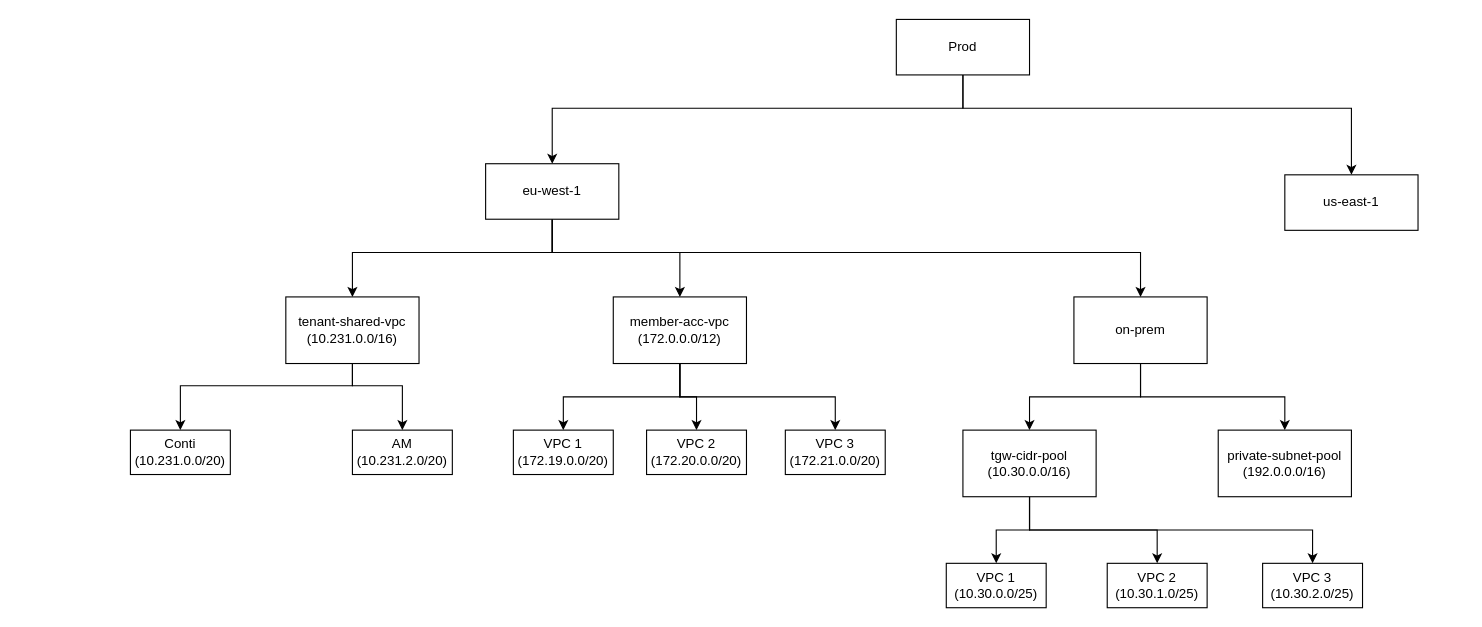
Earlier version of the draw.io diagram ipam-structure.drawio (pranjal0791/aws-codepipeline-s3-codedeploy-linux). Source tidied: cells renumbered, new cells numbered last; positions are measured from the earlier drawing's top-left corner, leaving out a move shared by most shapes. Both pictures are drawn from the tidied source at 111%, with x=0, y=0 at pixel (130, 19).
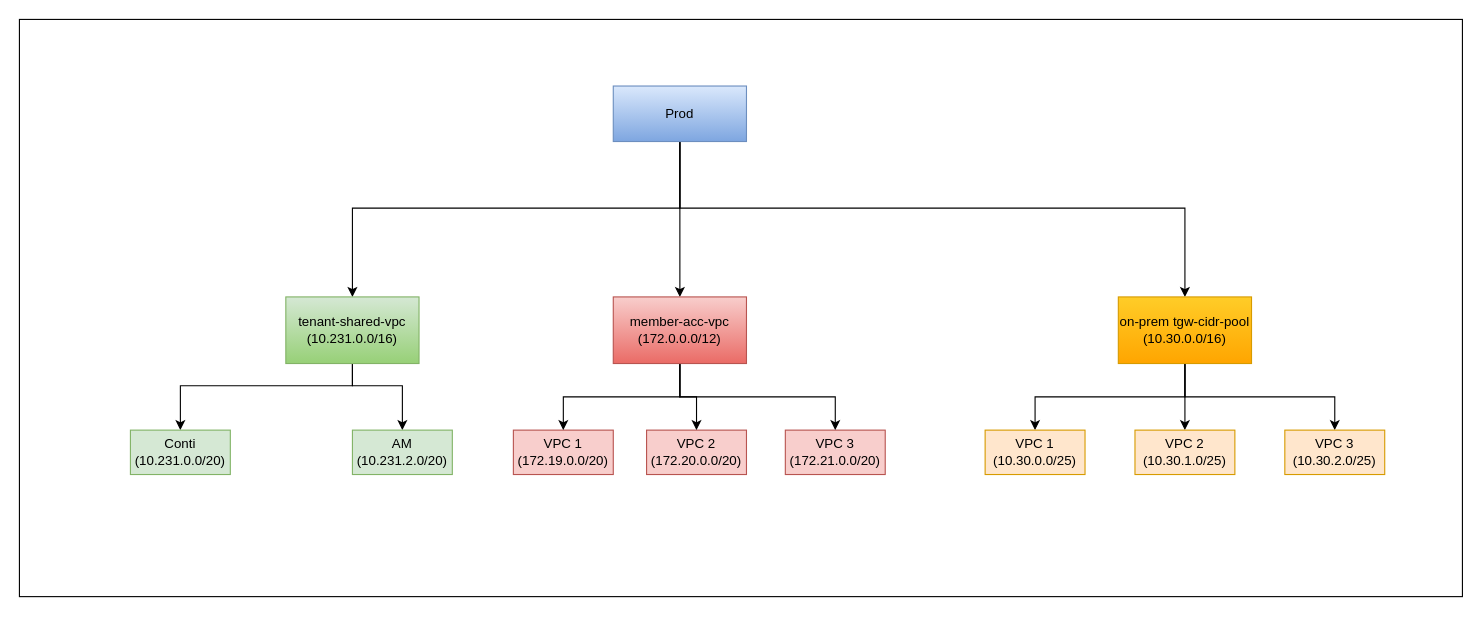
After the change.

The edit, as a diff of the source:
```diff
@@
-    <mxCell id="2" style="edgeStyle=orthogonalEdgeStyle;rounded=0;jettySize=auto;html=1;entryX=0.5;entryY=0;entryDx=0;entryDy=0;" parent="1" edge="1" source="4" target="8">
-      <mxGeometry relative="1" as="geometry">
-        <Array as="points">
-          <mxPoint x="750" y="80" />
-          <mxPoint x="380" y="80" />
-        </Array>
-      </mxGeometry>
-    </mxCell>
-    <mxCell id="3" style="edgeStyle=orthogonalEdgeStyle;rounded=0;jettySize=auto;html=1;" parent="1" edge="1" source="4" target="9">
-      <mxGeometry relative="1" as="geometry">
-        <Array as="points">
-          <mxPoint x="750" y="80" />
-          <mxPoint x="1100" y="80" />
-        </Array>
-      </mxGeometry>
-    </mxCell>
+    <mxCell id="33" style="rounded=0;whiteSpace=wrap;html=1;" parent="1" vertex="1">
+      <mxGeometry x="-100" width="1300" height="520" as="geometry" />
+    </mxCell>
+    <mxCell id="34" style="edgeStyle=orthogonalEdgeStyle;rounded=0;jettySize=auto;html=1;" parent="1" edge="1" source="4" target="15">
+      <mxGeometry relative="1" as="geometry">
+        <Array as="points">
+          <mxPoint x="495" y="170" />
+          <mxPoint x="200" y="170" />
+        </Array>
+      </mxGeometry>
+    </mxCell>
+    <mxCell id="35" style="edgeStyle=orthogonalEdgeStyle;rounded=0;jettySize=auto;html=1;" parent="1" edge="1" source="4" target="32">
+      <mxGeometry relative="1" as="geometry" />
+    </mxCell>
+    <mxCell id="36" style="edgeStyle=orthogonalEdgeStyle;rounded=0;jettySize=auto;html=1;entryX=0.5;entryY=0;entryDx=0;entryDy=0;" parent="1" edge="1" source="4" target="12">
+      <mxGeometry relative="1" as="geometry">
+        <Array as="points">
+          <mxPoint x="495" y="170" />
+          <mxPoint x="950" y="170" />
+        </Array>
+      </mxGeometry>
+    </mxCell>
-    <mxCell id="4" value="Prod" style="rounded=0;whiteSpace=wrap;html=1;" parent="1" vertex="1">
-      <mxGeometry x="690" width="120" height="50" as="geometry" />
+    <mxCell id="4" value="Prod" style="rounded=0;whiteSpace=wrap;html=1;fillColor=#dae8fc;strokeColor=#6c8ebf;gradientColor=#7ea6e0;" parent="1" vertex="1">
+      <mxGeometry x="435" y="60" width="120" height="50" as="geometry" />
     </mxCell>
-    <mxCell id="5" style="edgeStyle=orthogonalEdgeStyle;rounded=0;jettySize=auto;html=1;entryX=0.5;entryY=0;entryDx=0;entryDy=0;" parent="1" edge="1" source="8" target="15">
-      <mxGeometry relative="1" as="geometry">
-        <Array as="points">
-          <mxPoint x="380" y="210" />
-          <mxPoint x="200" y="210" />
-        </Array>
-      </mxGeometry>
-    </mxCell>
-    <mxCell id="6" style="edgeStyle=orthogonalEdgeStyle;rounded=0;jettySize=auto;html=1;" parent="1" edge="1" source="8" target="12">
-      <mxGeometry relative="1" as="geometry">
-        <Array as="points">
-          <mxPoint x="380" y="210" />
-          <mxPoint x="910" y="210" />
-        </Array>
-      </mxGeometry>
-    </mxCell>
-    <mxCell id="7" style="edgeStyle=orthogonalEdgeStyle;rounded=0;jettySize=auto;html=1;entryX=0.5;entryY=0;entryDx=0;entryDy=0;" parent="1" edge="1" source="8" target="32">
-      <mxGeometry relative="1" as="geometry">
-        <Array as="points">
-          <mxPoint x="380" y="210" />
-          <mxPoint x="495" y="210" />
-        </Array>
-      </mxGeometry>
-    </mxCell>
-    <mxCell id="8" value="eu-west-1" style="rounded=0;whiteSpace=wrap;html=1;" parent="1" vertex="1">
-      <mxGeometry x="320" y="130" width="120" height="50" as="geometry" />
-    </mxCell>
-    <mxCell id="9" value="us-east-1" style="rounded=0;whiteSpace=wrap;html=1;" parent="1" vertex="1">
-      <mxGeometry x="1040" y="140" width="120" height="50" as="geometry" />
-    </mxCell>
-    <mxCell id="10" style="edgeStyle=orthogonalEdgeStyle;rounded=0;jettySize=auto;html=1;entryX=0.5;entryY=0;entryDx=0;entryDy=0;" parent="1" edge="1" source="12" target="24">
-      <mxGeometry relative="1" as="geometry" />
-    </mxCell>
-    <mxCell id="11" style="edgeStyle=orthogonalEdgeStyle;rounded=0;jettySize=auto;html=1;" parent="1" edge="1" source="12" target="25">
-      <mxGeometry relative="1" as="geometry">
-        <Array as="points">
-          <mxPoint x="910" y="340" />
-          <mxPoint x="1040" y="340" />
-        </Array>
-      </mxGeometry>
-    </mxCell>
+    <mxCell id="37" style="edgeStyle=orthogonalEdgeStyle;rounded=0;jettySize=auto;html=1;entryX=0.5;entryY=0;entryDx=0;entryDy=0;" parent="1" edge="1" source="12" target="26">
+      <mxGeometry relative="1" as="geometry">
+        <Array as="points">
+          <mxPoint x="950" y="340" />
+          <mxPoint x="815" y="340" />
+        </Array>
+      </mxGeometry>
+    </mxCell>
+    <mxCell id="38" style="edgeStyle=orthogonalEdgeStyle;rounded=0;jettySize=auto;html=1;entryX=0.5;entryY=0;entryDx=0;entryDy=0;" parent="1" edge="1" source="12" target="28">
+      <mxGeometry relative="1" as="geometry" />
+    </mxCell>
+    <mxCell id="39" style="edgeStyle=orthogonalEdgeStyle;rounded=0;jettySize=auto;html=1;entryX=0.5;entryY=0;entryDx=0;entryDy=0;" parent="1" edge="1" source="12" target="27">
+      <mxGeometry relative="1" as="geometry">
+        <Array as="points">
+          <mxPoint x="950" y="340" />
+          <mxPoint x="1085" y="340" />
+        </Array>
+      </mxGeometry>
+    </mxCell>
-    <mxCell id="12" value="on-prem" style="rounded=0;whiteSpace=wrap;html=1;" parent="1" vertex="1">
-      <mxGeometry x="850" y="250" width="120" height="60" as="geometry" />
+    <mxCell id="12" value="on-prem tgw-cidr-pool&lt;div&gt;(10.30.0.0/16)&lt;/div&gt;" style="rounded=0;whiteSpace=wrap;html=1;fillColor=#ffcd28;strokeColor=#d79b00;gradientColor=#ffa500;" parent="1" vertex="1">
+      <mxGeometry x="890" y="250" width="120" height="60" as="geometry" />
     </mxCell>
@@
-    <mxCell id="15" value="tenant-shared-vpc&lt;div&gt;(10.231.0.0/16)&lt;/div&gt;" style="rounded=0;whiteSpace=wrap;html=1;" parent="1" vertex="1">
+    <mxCell id="15" value="tenant-shared-vpc&lt;div&gt;(10.231.0.0/16)&lt;/div&gt;" style="rounded=0;whiteSpace=wrap;html=1;fillColor=#d5e8d4;strokeColor=#82b366;gradientColor=#97d077;" parent="1" vertex="1">
       <mxGeometry x="140" y="250" width="120" height="60" as="geometry" />
     </mxCell>
-    <mxCell id="16" value="Conti (10.231.0.0/20)" style="rounded=0;whiteSpace=wrap;html=1;" parent="1" vertex="1">
+    <mxCell id="16" value="Conti (10.231.0.0/20)" style="rounded=0;whiteSpace=wrap;html=1;fillColor=#d5e8d4;strokeColor=#82b366;" parent="1" vertex="1">
       <mxGeometry y="370" width="90" height="40" as="geometry" />
     </mxCell>
-    <mxCell id="17" value="AM (10.231.2.0/20)" style="rounded=0;whiteSpace=wrap;html=1;" parent="1" vertex="1">
+    <mxCell id="17" value="AM (10.231.2.0/20)" style="rounded=0;whiteSpace=wrap;html=1;fillColor=#d5e8d4;strokeColor=#82b366;" parent="1" vertex="1">
       <mxGeometry x="200" y="370" width="90" height="40" as="geometry" />
     </mxCell>
-    <mxCell id="18" value="VPC 1 (172.19.0.0/20)" style="rounded=0;whiteSpace=wrap;html=1;" parent="1" vertex="1">
+    <mxCell id="18" value="VPC 1 (172.19.0.0/20)" style="rounded=0;whiteSpace=wrap;html=1;fillColor=#f8cecc;strokeColor=#b85450;" parent="1" vertex="1">
       <mxGeometry x="345" y="370" width="90" height="40" as="geometry" />
     </mxCell>
-    <mxCell id="19" value="VPC 2 (172.20.0.0/20)" style="rounded=0;whiteSpace=wrap;html=1;" parent="1" vertex="1">
+    <mxCell id="19" value="VPC 2 (172.20.0.0/20)" style="rounded=0;whiteSpace=wrap;html=1;fillColor=#f8cecc;strokeColor=#b85450;" parent="1" vertex="1">
       <mxGeometry x="465" y="370" width="90" height="40" as="geometry" />
     </mxCell>
-    <mxCell id="20" value="VPC 3 (172.21.0.0/20)" style="rounded=0;whiteSpace=wrap;html=1;" parent="1" vertex="1">
+    <mxCell id="20" value="VPC 3 (172.21.0.0/20)" style="rounded=0;whiteSpace=wrap;html=1;fillColor=#f8cecc;strokeColor=#b85450;" parent="1" vertex="1">
       <mxGeometry x="590" y="370" width="90" height="40" as="geometry" />
     </mxCell>
-    <mxCell id="21" style="edgeStyle=orthogonalEdgeStyle;rounded=0;jettySize=auto;html=1;entryX=0.5;entryY=0;entryDx=0;entryDy=0;" parent="1" edge="1" source="24" target="26">
-      <mxGeometry relative="1" as="geometry" />
-    </mxCell>
-    <mxCell id="22" style="edgeStyle=orthogonalEdgeStyle;rounded=0;jettySize=auto;html=1;" parent="1" edge="1" source="24" target="28">
-      <mxGeometry relative="1" as="geometry">
-        <Array as="points">
-          <mxPoint x="810" y="460" />
-          <mxPoint x="925" y="460" />
-        </Array>
-      </mxGeometry>
-    </mxCell>
-    <mxCell id="23" style="edgeStyle=orthogonalEdgeStyle;rounded=0;jettySize=auto;html=1;" parent="1" edge="1" source="24" target="27">
-      <mxGeometry relative="1" as="geometry">
-        <Array as="points">
-          <mxPoint x="810" y="460" />
-          <mxPoint x="1065" y="460" />
-        </Array>
-      </mxGeometry>
-    </mxCell>
-    <mxCell id="24" value="tgw-cidr-pool&lt;div&gt;(10.30.0.0/16)&lt;/div&gt;" style="rounded=0;whiteSpace=wrap;html=1;" parent="1" vertex="1">
-      <mxGeometry x="750" y="370" width="120" height="60" as="geometry" />
-    </mxCell>
-    <mxCell id="25" value="private-subnet-pool&lt;div&gt;(192.0.0.0/16)&lt;/div&gt;" style="rounded=0;whiteSpace=wrap;html=1;" parent="1" vertex="1">
-      <mxGeometry x="980" y="370" width="120" height="60" as="geometry" />
-    </mxCell>
-    <mxCell id="26" value="VPC 1 (10.30.0.0/25)" style="rounded=0;whiteSpace=wrap;html=1;" parent="1" vertex="1">
-      <mxGeometry x="735" y="490" width="90" height="40" as="geometry" />
+    <mxCell id="26" value="VPC 1 (10.30.0.0/25)" style="rounded=0;whiteSpace=wrap;html=1;fillColor=#ffe6cc;strokeColor=#d79b00;" parent="1" vertex="1">
+      <mxGeometry x="770" y="370" width="90" height="40" as="geometry" />
     </mxCell>
-    <mxCell id="27" value="VPC 3 (10.30.2.0/25)" style="rounded=0;whiteSpace=wrap;html=1;" parent="1" vertex="1">
-      <mxGeometry x="1020" y="490" width="90" height="40" as="geometry" />
+    <mxCell id="27" value="VPC 3 (10.30.2.0/25)" style="rounded=0;whiteSpace=wrap;html=1;fillColor=#ffe6cc;strokeColor=#d79b00;" parent="1" vertex="1">
+      <mxGeometry x="1040" y="370" width="90" height="40" as="geometry" />
     </mxCell>
-    <mxCell id="28" value="VPC 2 (10.30.1.0/25)" style="rounded=0;whiteSpace=wrap;html=1;" parent="1" vertex="1">
-      <mxGeometry x="880" y="490" width="90" height="40" as="geometry" />
+    <mxCell id="28" value="VPC 2 (10.30.1.0/25)" style="rounded=0;whiteSpace=wrap;html=1;fillColor=#ffe6cc;strokeColor=#d79b00;" parent="1" vertex="1">
+      <mxGeometry x="905" y="370" width="90" height="40" as="geometry" />
     </mxCell>
@@
-    <mxCell id="32" value="member-acc-vpc&lt;div&gt;(172.0.0.0/12)&lt;/div&gt;" style="rounded=0;whiteSpace=wrap;html=1;" parent="1" vertex="1">
+    <mxCell id="32" value="member-acc-vpc&lt;div&gt;(172.0.0.0/12)&lt;/div&gt;" style="rounded=0;whiteSpace=wrap;html=1;fillColor=#f8cecc;strokeColor=#b85450;gradientColor=#ea6b66;" parent="1" vertex="1">
       <mxGeometry x="435" y="250" width="120" height="60" as="geometry" />
     </mxCell>
```
